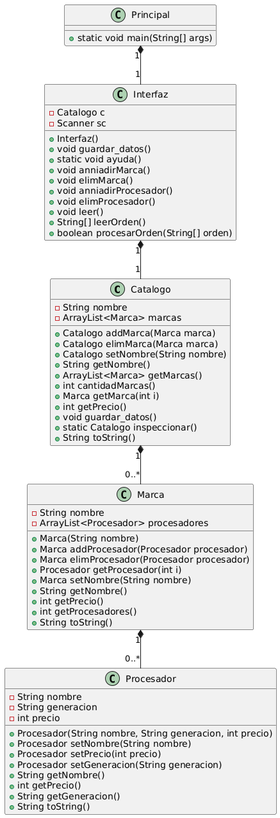
The PlantUML diagram Diagrama_UML.png in PMolinaGarcia/proyecto_programacion, before a commit.
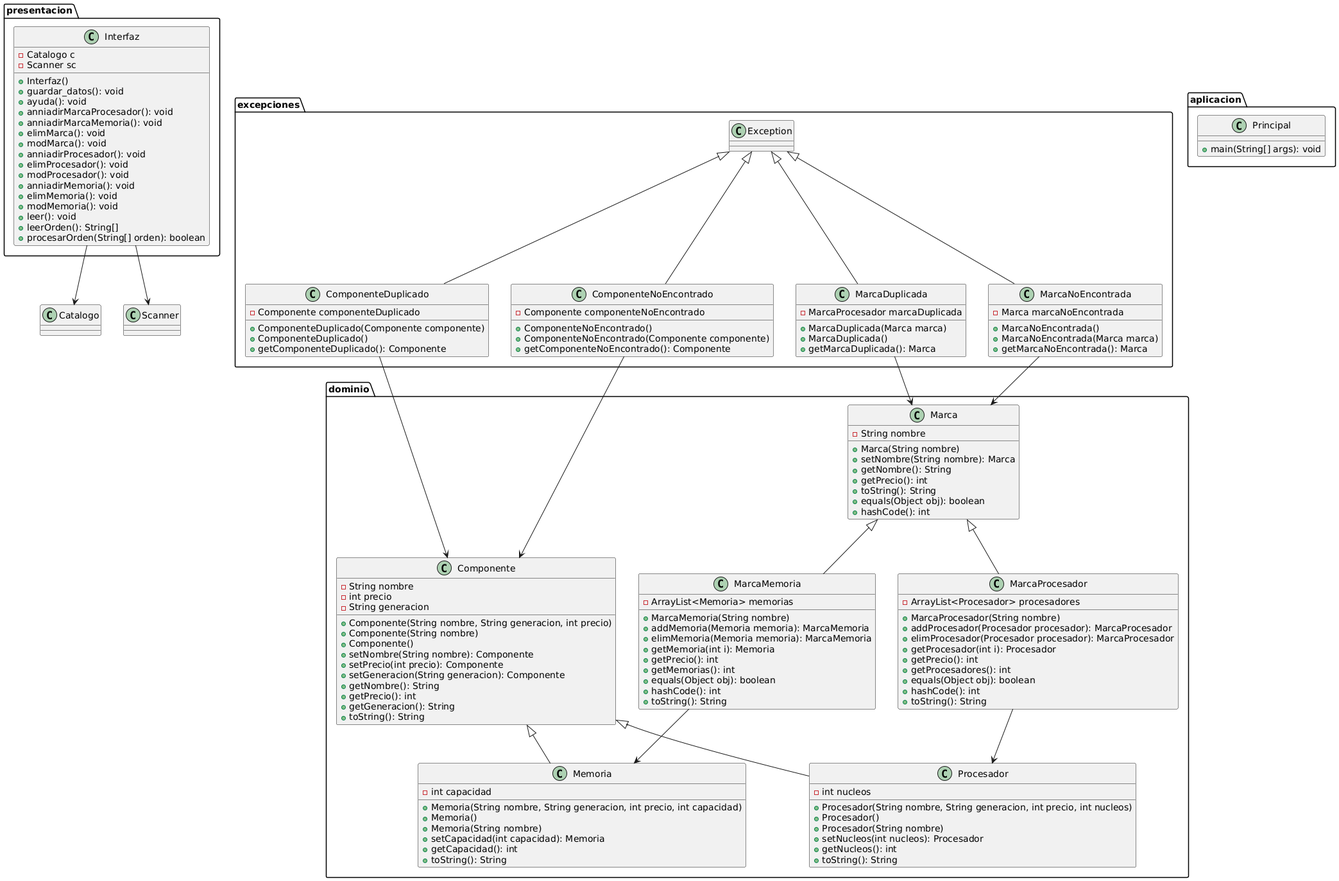
After the change.

Commit message:
Subida del diagrama UML

Diff of the diagram source:
```diff
@@ -1,69 +1,144 @@
 @startuml
-class Catalogo {
-    - String nombre
-    - ArrayList<Marca> marcas
-    + Catalogo addMarca(Marca marca)
-    + Catalogo elimMarca(Marca marca)
-    + Catalogo setNombre(String nombre)
-    + String getNombre()
-    + ArrayList<Marca> getMarcas()
-    + int cantidadMarcas()
-    + Marca getMarca(int i)
-    + int getPrecio()
-    + void guardar_datos()
-    + static Catalogo inspeccionar()
-    + String toString()
+package dominio {
+    class Componente {
+        - String nombre
+        - int precio
+        - String generacion
+        + Componente(String nombre, String generacion, int precio)
+        + Componente(String nombre)
+        + Componente()
+        + setNombre(String nombre): Componente
+        + setPrecio(int precio): Componente
+        + setGeneracion(String generacion): Componente
+        + getNombre(): String
+        + getPrecio(): int
+        + getGeneracion(): String
+        + toString(): String
+    }
+
+    class Memoria extends Componente {
+        - int capacidad
+        + Memoria(String nombre, String generacion, int precio, int capacidad)
+        + Memoria()
+        + Memoria(String nombre)
+        + setCapacidad(int capacidad): Memoria
+        + getCapacidad(): int
+        + toString(): String
+    }
+
+    class Procesador extends Componente {
+        - int nucleos
+        + Procesador(String nombre, String generacion, int precio, int nucleos)
+        + Procesador()
+        + Procesador(String nombre)
+        + setNucleos(int nucleos): Procesador
+        + getNucleos(): int
+        + toString(): String
+    }
+
+    class Marca {
+        - String nombre
+        + Marca(String nombre)
+        + setNombre(String nombre): Marca
+        + getNombre(): String
+        + getPrecio(): int
+        + toString(): String
+        + equals(Object obj): boolean
+        + hashCode(): int
+    }
+
+    class MarcaProcesador extends Marca {
+        - ArrayList<Procesador> procesadores
+        + MarcaProcesador(String nombre)
+        + addProcesador(Procesador procesador): MarcaProcesador
+        + elimProcesador(Procesador procesador): MarcaProcesador
+        + getProcesador(int i): Procesador
+        + getPrecio(): int
+        + getProcesadores(): int
+        + equals(Object obj): boolean
+        + hashCode(): int
+        + toString(): String
+    }
+
+    class MarcaMemoria extends Marca {
+        - ArrayList<Memoria> memorias
+        + MarcaMemoria(String nombre)
+        + addMemoria(Memoria memoria): MarcaMemoria
+        + elimMemoria(Memoria memoria): MarcaMemoria
+        + getMemoria(int i): Memoria
+        + getPrecio(): int
+        + getMemorias(): int
+        + equals(Object obj): boolean
+        + hashCode(): int
+        + toString(): String
+    }
 }
 
-class Marca {
-    - String nombre
-    - ArrayList<Procesador> procesadores
-    + Marca(String nombre)
-    + Marca addProcesador(Procesador procesador)
-    + Marca elimProcesador(Procesador procesador)
-    + Procesador getProcesador(int i)
-    + Marca setNombre(String nombre)
-    + String getNombre()
-    + int getPrecio()
-    + int getProcesadores()
-    + String toString()
+package excepciones {
+    class ComponenteDuplicado extends Exception {
+        - Componente componenteDuplicado
+        + ComponenteDuplicado(Componente componente)
+        + ComponenteDuplicado()
+        + getComponenteDuplicado(): Componente
+    }
+
+    class ComponenteNoEncontrado extends Exception {
+        - Componente componenteNoEncontrado
+        + ComponenteNoEncontrado()
+        + ComponenteNoEncontrado(Componente componente)
+        + getComponenteNoEncontrado(): Componente
+    }
+
+    class MarcaDuplicada extends Exception {
+        - MarcaProcesador marcaDuplicada
+        + MarcaDuplicada(Marca marca)
+        + MarcaDuplicada()
+        + getMarcaDuplicada(): Marca
+    }
+
+    class MarcaNoEncontrada extends Exception {
+        - Marca marcaNoEncontrada
+        + MarcaNoEncontrada()
+        + MarcaNoEncontrada(Marca marca)
+        + getMarcaNoEncontrada(): Marca
+    }
 }
 
-class Procesador {
-    - String nombre
-    - String generacion
-    - int precio
-    + Procesador(String nombre, String generacion, int precio)
-    + Procesador setNombre(String nombre)
-    + Procesador setPrecio(int precio)
-    + Procesador setGeneracion(String generacion)
-    + String getNombre()
-    + int getPrecio()
-    + String getGeneracion()
-    + String toString()
+package presentacion {
+    class Interfaz {
+        - Catalogo c
+        - Scanner sc
+        + Interfaz()
+        + guardar_datos(): void
+        + ayuda(): void
+        + anniadirMarcaProcesador(): void
+        + anniadirMarcaMemoria(): void
+        + elimMarca(): void
+        + modMarca(): void
+        + anniadirProcesador(): void
+        + elimProcesador(): void
+        + modProcesador(): void
+        + anniadirMemoria(): void
+        + elimMemoria(): void
+        + modMemoria(): void
+        + leer(): void
+        + leerOrden(): String[]
+        + procesarOrden(String[] orden): boolean
+    }
 }
 
-class Interfaz {
-    - Catalogo c
-    - Scanner sc
-    + Interfaz()
-    + void guardar_datos()
-    + static void ayuda()
-    + void anniadirMarca()
-    + void elimMarca()
-    + void anniadirProcesador()
-    + void elimProcesador()
-    + void leer()
-    + String[] leerOrden()
-    + boolean procesarOrden(String[] orden)
+package aplicacion {
+    class Principal {
+        + main(String[] args): void
+    }
 }
 
-class Principal {
-    + static void main(String[] args)
-}
-
-Catalogo "1" *-- "0..*" Marca
-Marca "1" *-- "0..*" Procesador
-Interfaz "1" *-- "1" Catalogo
-Principal "1" *-- "1" Interfaz
+MarcaProcesador --> Procesador
+MarcaMemoria --> Memoria
+ComponenteDuplicado --> Componente
+ComponenteNoEncontrado --> Componente
+MarcaDuplicada --> Marca
+MarcaNoEncontrada --> Marca
+Interfaz --> Catalogo
+Interfaz --> Scanner
 @enduml
```
